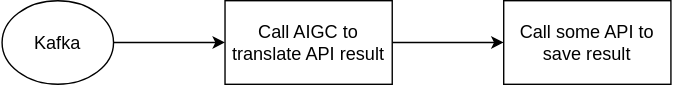
Earlier version of the draw.io export docs/getting-started/assets/call_aigc_translate.svg (rill-flow/rill-flow.github.io). Source tidied: cells renumbered, new cells last; positions are measured from the earlier drawing's top-left corner, leaving out a move shared by most shapes. Source of this version:
```xml
<mxGraphModel>
  <root>
    <mxCell id="0" />
    <mxCell id="1" parent="0" />
    <mxCell id="2" style="edgeStyle=orthogonalEdgeStyle;rounded=0;jettySize=auto;html=1;exitX=1;exitY=0.5;exitDx=0;exitDy=0;entryX=0;entryY=0.5;entryDx=0;entryDy=0;fontSize=13;" parent="1" edge="1" source="3">
      <mxGeometry relative="1" as="geometry">
        <mxPoint x="160" y="30" as="targetPoint" />
      </mxGeometry>
    </mxCell>
    <mxCell id="3" value="Kafka" style="ellipse;whiteSpace=wrap;html=1;fontSize=13;" parent="1" vertex="1">
      <mxGeometry width="80" height="60" as="geometry" />
    </mxCell>
    <mxCell id="4" style="edgeStyle=orthogonalEdgeStyle;rounded=0;jettySize=auto;html=1;exitX=1;exitY=0.5;exitDx=0;exitDy=0;" parent="1" edge="1" source="5" target="6">
      <mxGeometry relative="1" as="geometry" />
    </mxCell>
    <mxCell id="5" value="Call AIGC to translate API result" style="rounded=0;whiteSpace=wrap;html=1;fontSize=13;" parent="1" vertex="1">
      <mxGeometry x="160" width="120" height="60" as="geometry" />
    </mxCell>
    <mxCell id="6" value="Call some API to save result" style="rounded=0;whiteSpace=wrap;html=1;fontSize=13;" parent="1" vertex="1">
      <mxGeometry x="360" width="120" height="60" as="geometry" />
    </mxCell>
  </root>
</mxGraphModel>
```
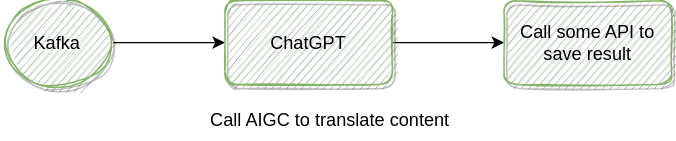
The same file after the commit.

The edit, as a diff of the source:
```diff
@@ -7,17 +7,20 @@
         <mxPoint x="160" y="30" as="targetPoint" />
       </mxGeometry>
     </mxCell>
-    <mxCell id="3" value="Kafka" style="ellipse;whiteSpace=wrap;html=1;fontSize=13;" parent="1" vertex="1">
+    <mxCell id="3" value="Kafka" style="ellipse;whiteSpace=wrap;html=1;fontSize=13;fillColor=#d5e8d4;strokeColor=#82b366;shadow=1;sketch=1;" parent="1" vertex="1">
       <mxGeometry width="80" height="60" as="geometry" />
     </mxCell>
     <mxCell id="4" style="edgeStyle=orthogonalEdgeStyle;rounded=0;jettySize=auto;html=1;exitX=1;exitY=0.5;exitDx=0;exitDy=0;" parent="1" edge="1" source="5" target="6">
       <mxGeometry relative="1" as="geometry" />
     </mxCell>
-    <mxCell id="5" value="Call AIGC to translate API result" style="rounded=0;whiteSpace=wrap;html=1;fontSize=13;" parent="1" vertex="1">
+    <mxCell id="5" value="ChatGPT" style="rounded=1;whiteSpace=wrap;html=1;fontSize=13;fillColor=#d5e8d4;strokeColor=#82b366;shadow=1;sketch=1;" parent="1" vertex="1">
       <mxGeometry x="160" width="120" height="60" as="geometry" />
     </mxCell>
-    <mxCell id="6" value="Call some API to save result" style="rounded=0;whiteSpace=wrap;html=1;fontSize=13;" parent="1" vertex="1">
+    <mxCell id="6" value="Call some API to save result" style="rounded=1;whiteSpace=wrap;html=1;fontSize=13;fillColor=#d5e8d4;strokeColor=#82b366;shadow=1;sketch=1;" parent="1" vertex="1">
       <mxGeometry x="360" width="120" height="60" as="geometry" />
     </mxCell>
+    <mxCell id="7" value="&lt;span style=&quot;font-size: 13px;&quot;&gt;Call AIGC to translate content&lt;/span&gt;" style="text;html=1;align=center;verticalAlign=middle;strokeColor=none;fillColor=none;" parent="1" vertex="1">
+      <mxGeometry x="140" y="70" width="190" height="30" as="geometry" />
+    </mxCell>
   </root>
 </mxGraphModel>
```
